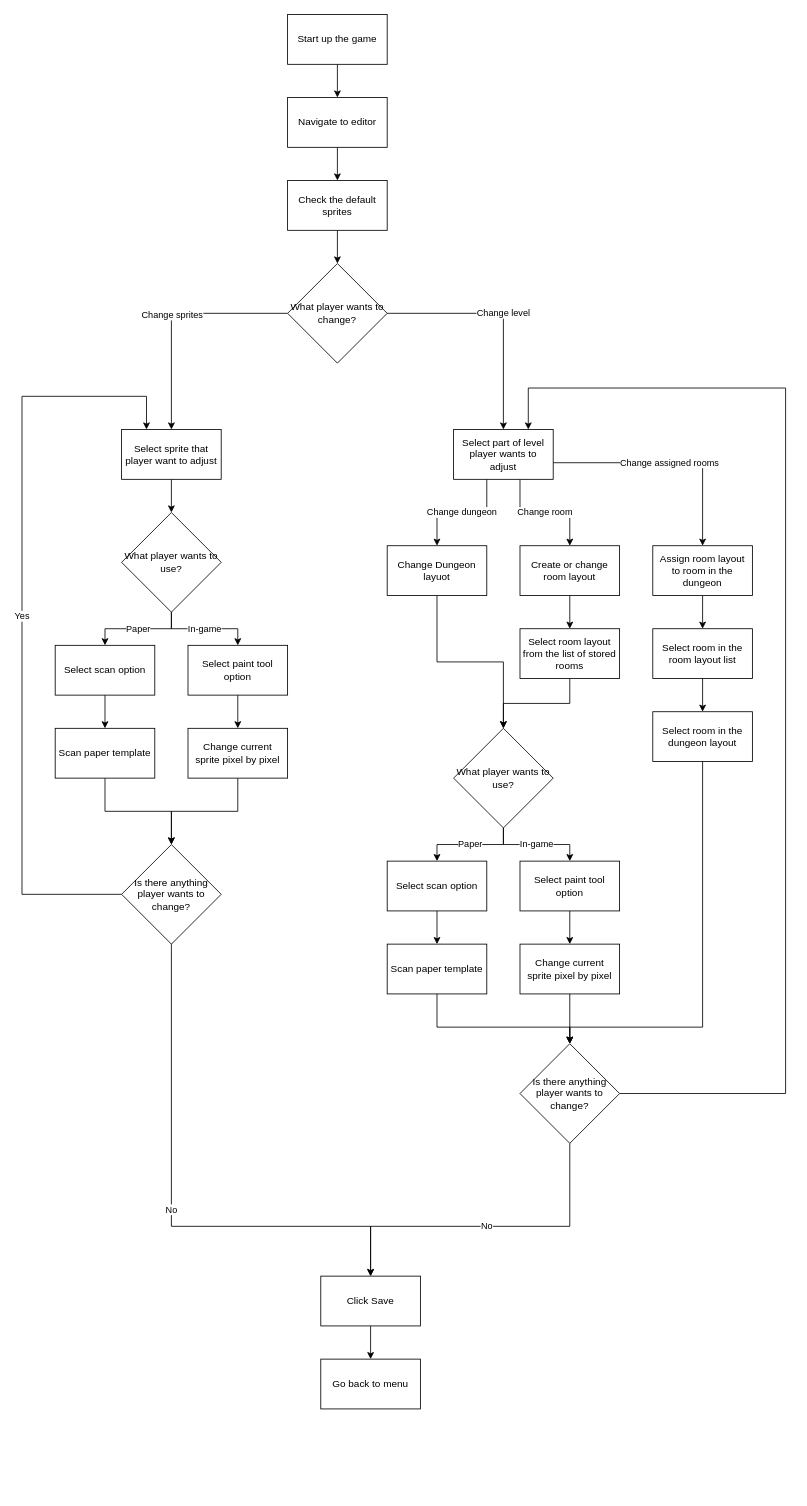
Gryfin123/diagrams_with_no_context keeps this draw.io diagram as ideeenlab/game_flow.drawio. Above is the earlier version. Source tidied: cells renumbered, new cells numbered last; positions are measured from the earlier drawing's top-left corner, leaving out a move shared by most shapes. Both pictures are drawn from the tidied source at 83%, with x=0, y=0 at pixel (22, 14).
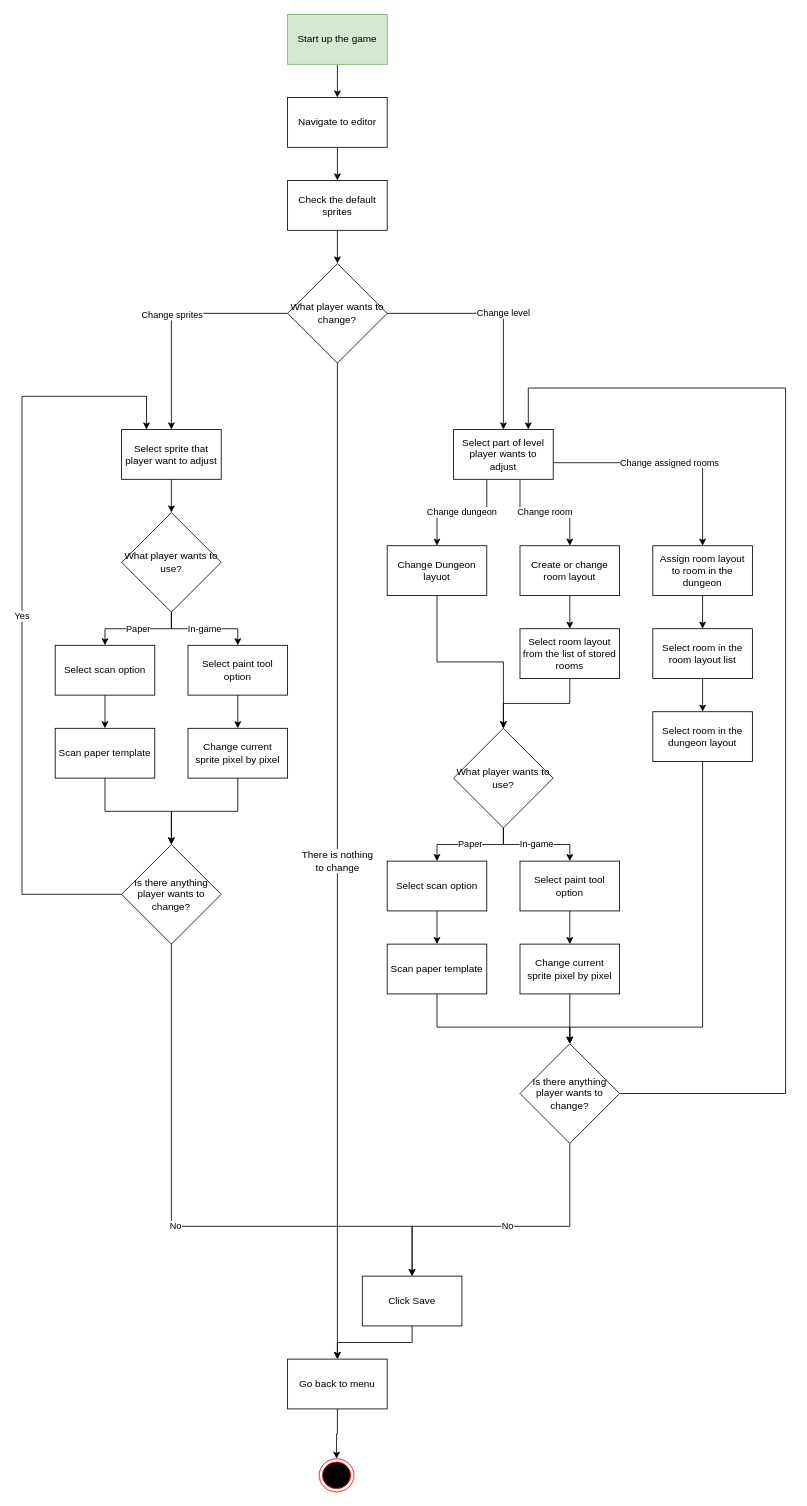
After the change.

The change refers to these unchanged cells:
```xml
<mxCell id="36" value="What player wants to change?" style="rhombus;whiteSpace=wrap;html=1;spacing=4;" parent="1" vertex="1">
  <mxGeometry x="320" y="300" width="120" height="120" as="geometry" />
</mxCell>
<mxCell id="57" value="Is there anything player wants to change?" style="rhombus;whiteSpace=wrap;html=1;spacing=4;" parent="1" vertex="1">
  <mxGeometry x="600" y="1240" width="120" height="120" as="geometry" />
</mxCell>
<mxCell id="60" value="Is there anything player wants to change?" style="rhombus;whiteSpace=wrap;html=1;spacing=4;" parent="1" vertex="1">
  <mxGeometry x="120" y="1000" width="120" height="120" as="geometry" />
</mxCell>
```

The edit, as a diff of the source:
```diff
@@
-    <mxCell id="3" value="Start up the game" style="rounded=0;whiteSpace=wrap;html=1;spacing=4;" parent="1" vertex="1">
+    <mxCell id="3" value="Start up the game" style="rounded=0;whiteSpace=wrap;html=1;spacing=4;fillColor=#d5e8d4;strokeColor=#82b366;" parent="1" vertex="1">
       <mxGeometry x="320" width="120" height="60" as="geometry" />
     </mxCell>
@@
     <mxCell id="15" value="Click Save" style="rounded=0;whiteSpace=wrap;html=1;spacing=4;" parent="1" vertex="1">
-      <mxGeometry x="360" y="1520" width="120" height="60" as="geometry" />
+      <mxGeometry x="410" y="1520" width="120" height="60" as="geometry" />
     </mxCell>
@@
+    <mxCell id="61" style="edgeStyle=orthogonalEdgeStyle;rounded=0;jettySize=auto;html=1;strokeColor=default;fontSize=12;endArrow=classic;endFill=1;startSize=6;endSize=6;" parent="1" edge="1" source="20" target="63">
+      <mxGeometry relative="1" as="geometry" />
+    </mxCell>
     <mxCell id="20" value="Go back to menu" style="rounded=0;whiteSpace=wrap;html=1;spacing=4;" parent="1" vertex="1">
-      <mxGeometry x="360" y="1620" width="120" height="60" as="geometry" />
+      <mxGeometry x="320" y="1620" width="120" height="60" as="geometry" />
     </mxCell>
@@
+    <mxCell id="62" value="&lt;div&gt;There is nothing &lt;br&gt;&lt;/div&gt;&lt;div&gt;to change&lt;/div&gt;" style="edgeStyle=orthogonalEdgeStyle;jettySize=auto;html=1;fontSize=12;endArrow=classic;startSize=6;endSize=6;endFill=1;strokeColor=default;rounded=0;" parent="1" edge="1" source="36" target="20">
+      <mxGeometry relative="1" as="geometry" />
+    </mxCell>
@@
     <mxCell id="55" value="No" style="edgeStyle=orthogonalEdgeStyle;rounded=0;jettySize=auto;html=1;entryX=0.5;entryY=0;entryDx=0;entryDy=0;spacing=4;" parent="1" edge="1" source="57" target="15">
       <mxGeometry relative="1" as="geometry">
         <Array as="points">
           <mxPoint x="660" y="1460" />
-          <mxPoint x="420" y="1460" />
+          <mxPoint x="470" y="1460" />
         </Array>
       </mxGeometry>
     </mxCell>
@@
     <mxCell id="59" value="&lt;div&gt;No &lt;/div&gt;" style="edgeStyle=orthogonalEdgeStyle;rounded=0;jettySize=auto;html=1;entryX=0.5;entryY=0;entryDx=0;entryDy=0;spacing=4;" parent="1" edge="1" source="60" target="15">
       <mxGeometry relative="1" as="geometry">
         <Array as="points">
           <mxPoint x="180" y="1460" />
-          <mxPoint x="420" y="1460" />
+          <mxPoint x="470" y="1460" />
         </Array>
       </mxGeometry>
     </mxCell>
@@
+    <mxCell id="63" style="ellipse;html=1;shape=endState;fillColor=#000000;strokeColor=#ff0000;fontSize=16;" parent="1" vertex="1">
+      <mxGeometry x="358" y="1740" width="42" height="40" as="geometry" />
+    </mxCell>
```
